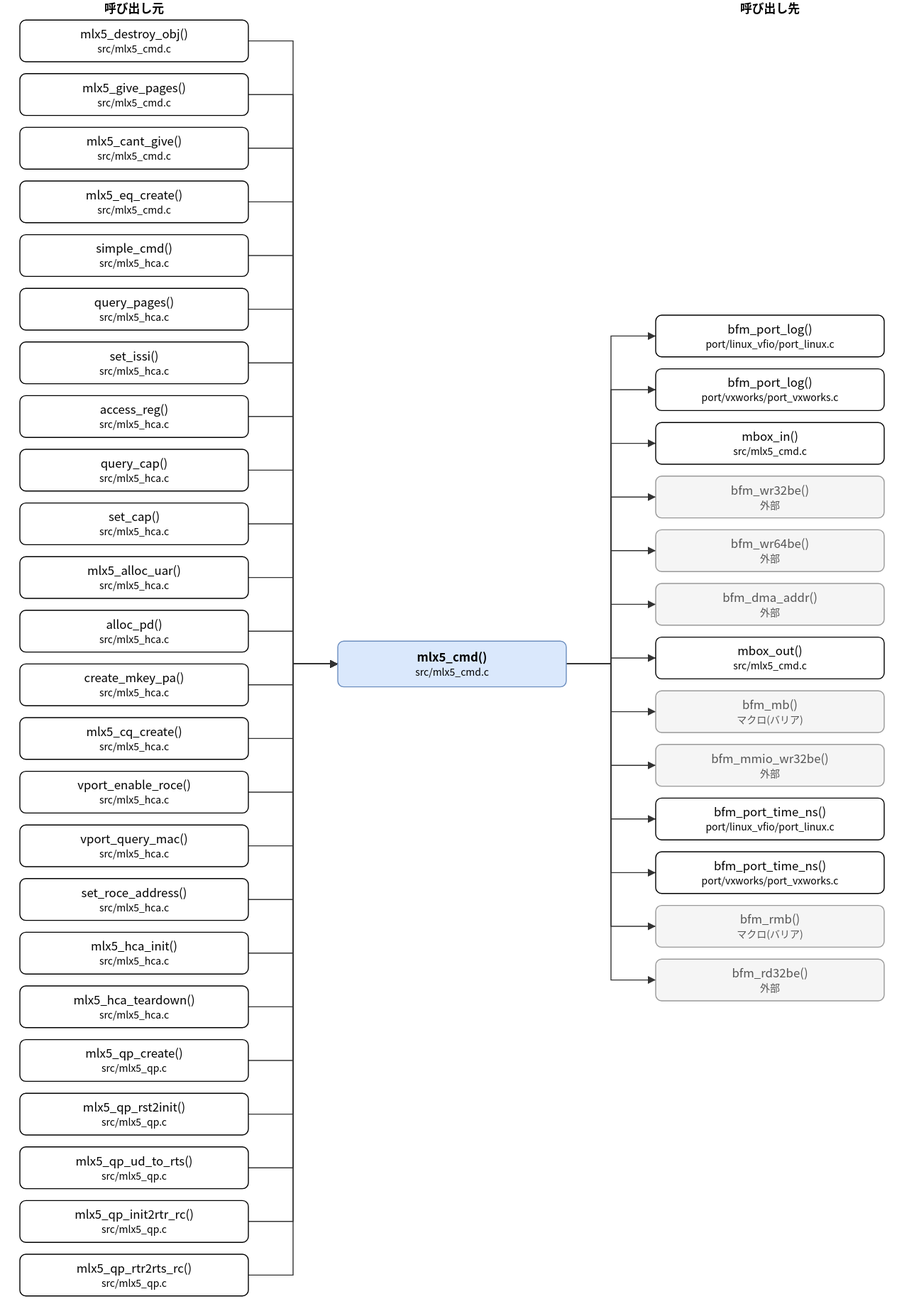
Earlier version of the draw.io export doc/spec/images/call_src_mlx5_cmd-mlx5_cmd.drawio.svg (hf355051012-ai/bfmem). Source tidied: cells renumbered, new cells last; positions are measured from the earlier drawing's top-left corner, leaving out a move shared by most shapes.
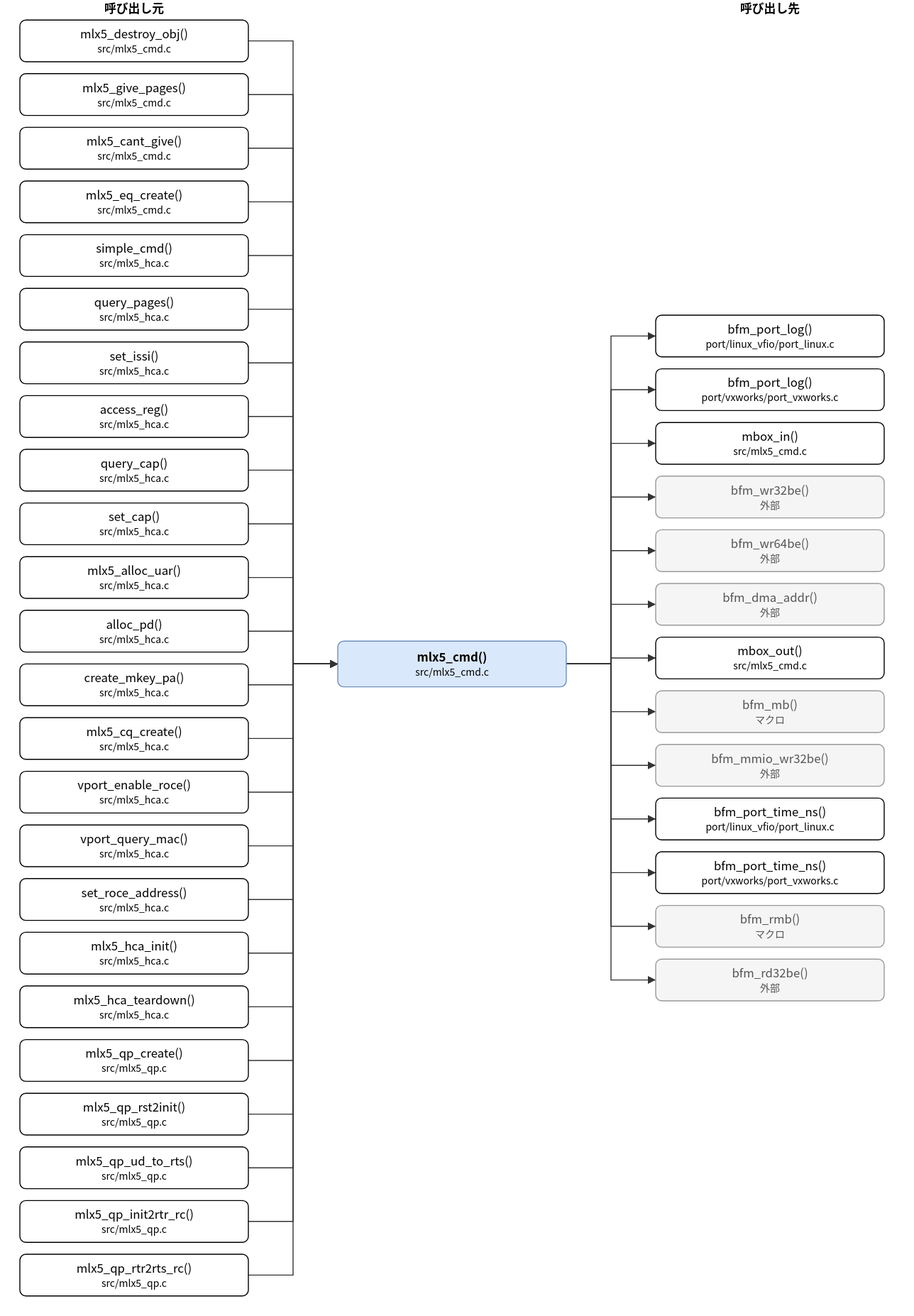
After the commit.

The edit, as a diff of the source:
```diff
@@ -98,7 +98,7 @@
     <mxCell id="33" value="mbox_out()&lt;br&gt;&lt;font style=&quot;font-size:10px&quot;&gt;src/mlx5_cmd.c&lt;/font&gt;" style="rounded=1;whiteSpace=wrap;html=1;" parent="1" vertex="1">
       <mxGeometry x="640" y="641" width="230" height="42" as="geometry" />
     </mxCell>
-    <mxCell id="34" value="bfm_mb()&lt;br&gt;&lt;font style=&quot;font-size:10px&quot;&gt;マクロ(バリア)&lt;/font&gt;" style="rounded=1;whiteSpace=wrap;html=1;fillColor=#f5f5f5;strokeColor=#999999;fontColor=#555555;" parent="1" vertex="1">
+    <mxCell id="34" value="bfm_mb()&lt;br&gt;&lt;font style=&quot;font-size:10px&quot;&gt;マクロ&lt;/font&gt;" style="rounded=1;whiteSpace=wrap;html=1;fillColor=#f5f5f5;strokeColor=#999999;fontColor=#555555;" parent="1" vertex="1">
       <mxGeometry x="640" y="695" width="230" height="42" as="geometry" />
     </mxCell>
     <mxCell id="35" value="bfm_mmio_wr32be()&lt;br&gt;&lt;font style=&quot;font-size:10px&quot;&gt;外部&lt;/font&gt;" style="rounded=1;whiteSpace=wrap;html=1;fillColor=#f5f5f5;strokeColor=#999999;fontColor=#555555;" parent="1" vertex="1">
@@ -110,7 +110,7 @@
     <mxCell id="37" value="bfm_port_time_ns()&lt;br&gt;&lt;font style=&quot;font-size:10px&quot;&gt;port/vxworks/port_vxworks.c&lt;/font&gt;" style="rounded=1;whiteSpace=wrap;html=1;" parent="1" vertex="1">
       <mxGeometry x="640" y="857" width="230" height="42" as="geometry" />
     </mxCell>
-    <mxCell id="38" value="bfm_rmb()&lt;br&gt;&lt;font style=&quot;font-size:10px&quot;&gt;マクロ(バリア)&lt;/font&gt;" style="rounded=1;whiteSpace=wrap;html=1;fillColor=#f5f5f5;strokeColor=#999999;fontColor=#555555;" parent="1" vertex="1">
+    <mxCell id="38" value="bfm_rmb()&lt;br&gt;&lt;font style=&quot;font-size:10px&quot;&gt;マクロ&lt;/font&gt;" style="rounded=1;whiteSpace=wrap;html=1;fillColor=#f5f5f5;strokeColor=#999999;fontColor=#555555;" parent="1" vertex="1">
       <mxGeometry x="640" y="911" width="230" height="42" as="geometry" />
     </mxCell>
     <mxCell id="39" value="bfm_rd32be()&lt;br&gt;&lt;font style=&quot;font-size:10px&quot;&gt;外部&lt;/font&gt;" style="rounded=1;whiteSpace=wrap;html=1;fillColor=#f5f5f5;strokeColor=#999999;fontColor=#555555;" parent="1" vertex="1">
```
